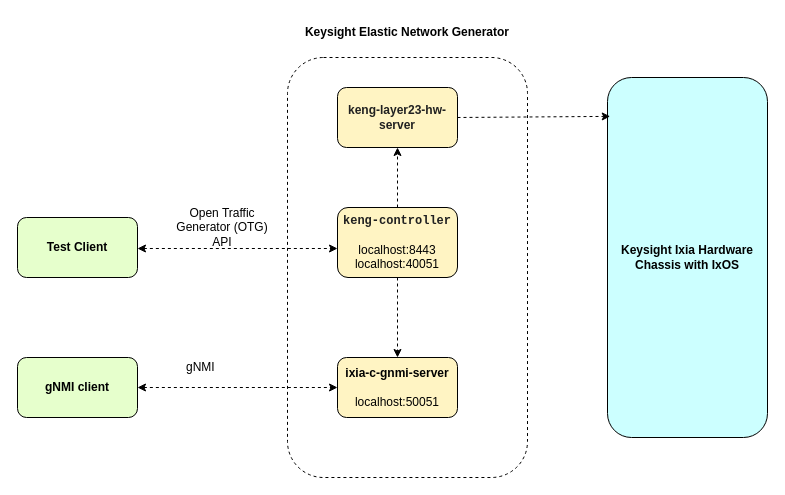
This is docs/res/hw-server.drawio from open-traffic-generator/ixia-c, a draw.io file, before an edit. Source tidied: cells renumbered, new cells numbered last; positions are measured from the earlier drawing's top-left corner, leaving out a move shared by most shapes. Both pictures are drawn from the tidied source at 100%, with x=0, y=0 at pixel (17, 17).
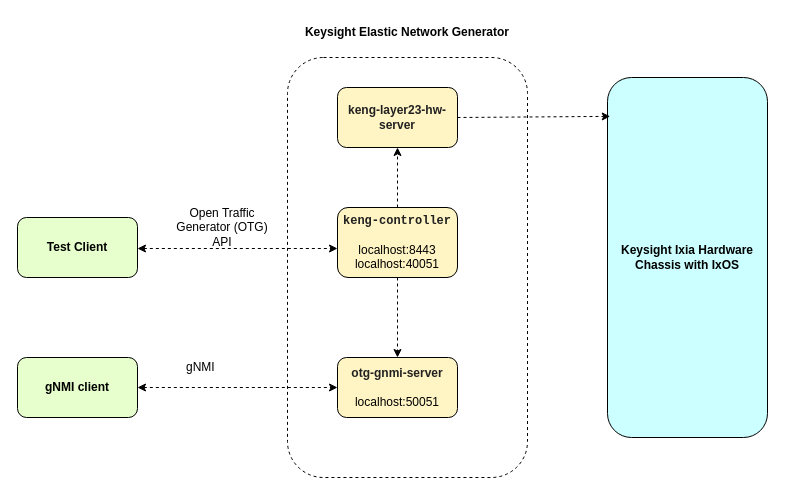
After the change.

Change to the diagram source:
```diff
@@
-    <mxCell id="9" value="&lt;b&gt;ixia-c-gnmi-server&lt;/b&gt;&lt;br&gt;&lt;br&gt;localhost:50051" style="rounded=1;whiteSpace=wrap;html=1;fillColor=#FFF4C3;" parent="1" vertex="1">
+    <mxCell id="9" value="&lt;span style=&quot;color: rgb(33, 33, 33);&quot;&gt;&lt;b style=&quot;&quot;&gt;&lt;font style=&quot;font-size: 12px;&quot;&gt;otg-gnmi-server&lt;/font&gt;&lt;/b&gt;&lt;/span&gt;&lt;br&gt;&lt;br&gt;localhost:50051" style="rounded=1;whiteSpace=wrap;html=1;fillColor=#FFF4C3;" parent="1" vertex="1">
       <mxGeometry x="320" y="340" width="120" height="60" as="geometry" />
     </mxCell>
```
